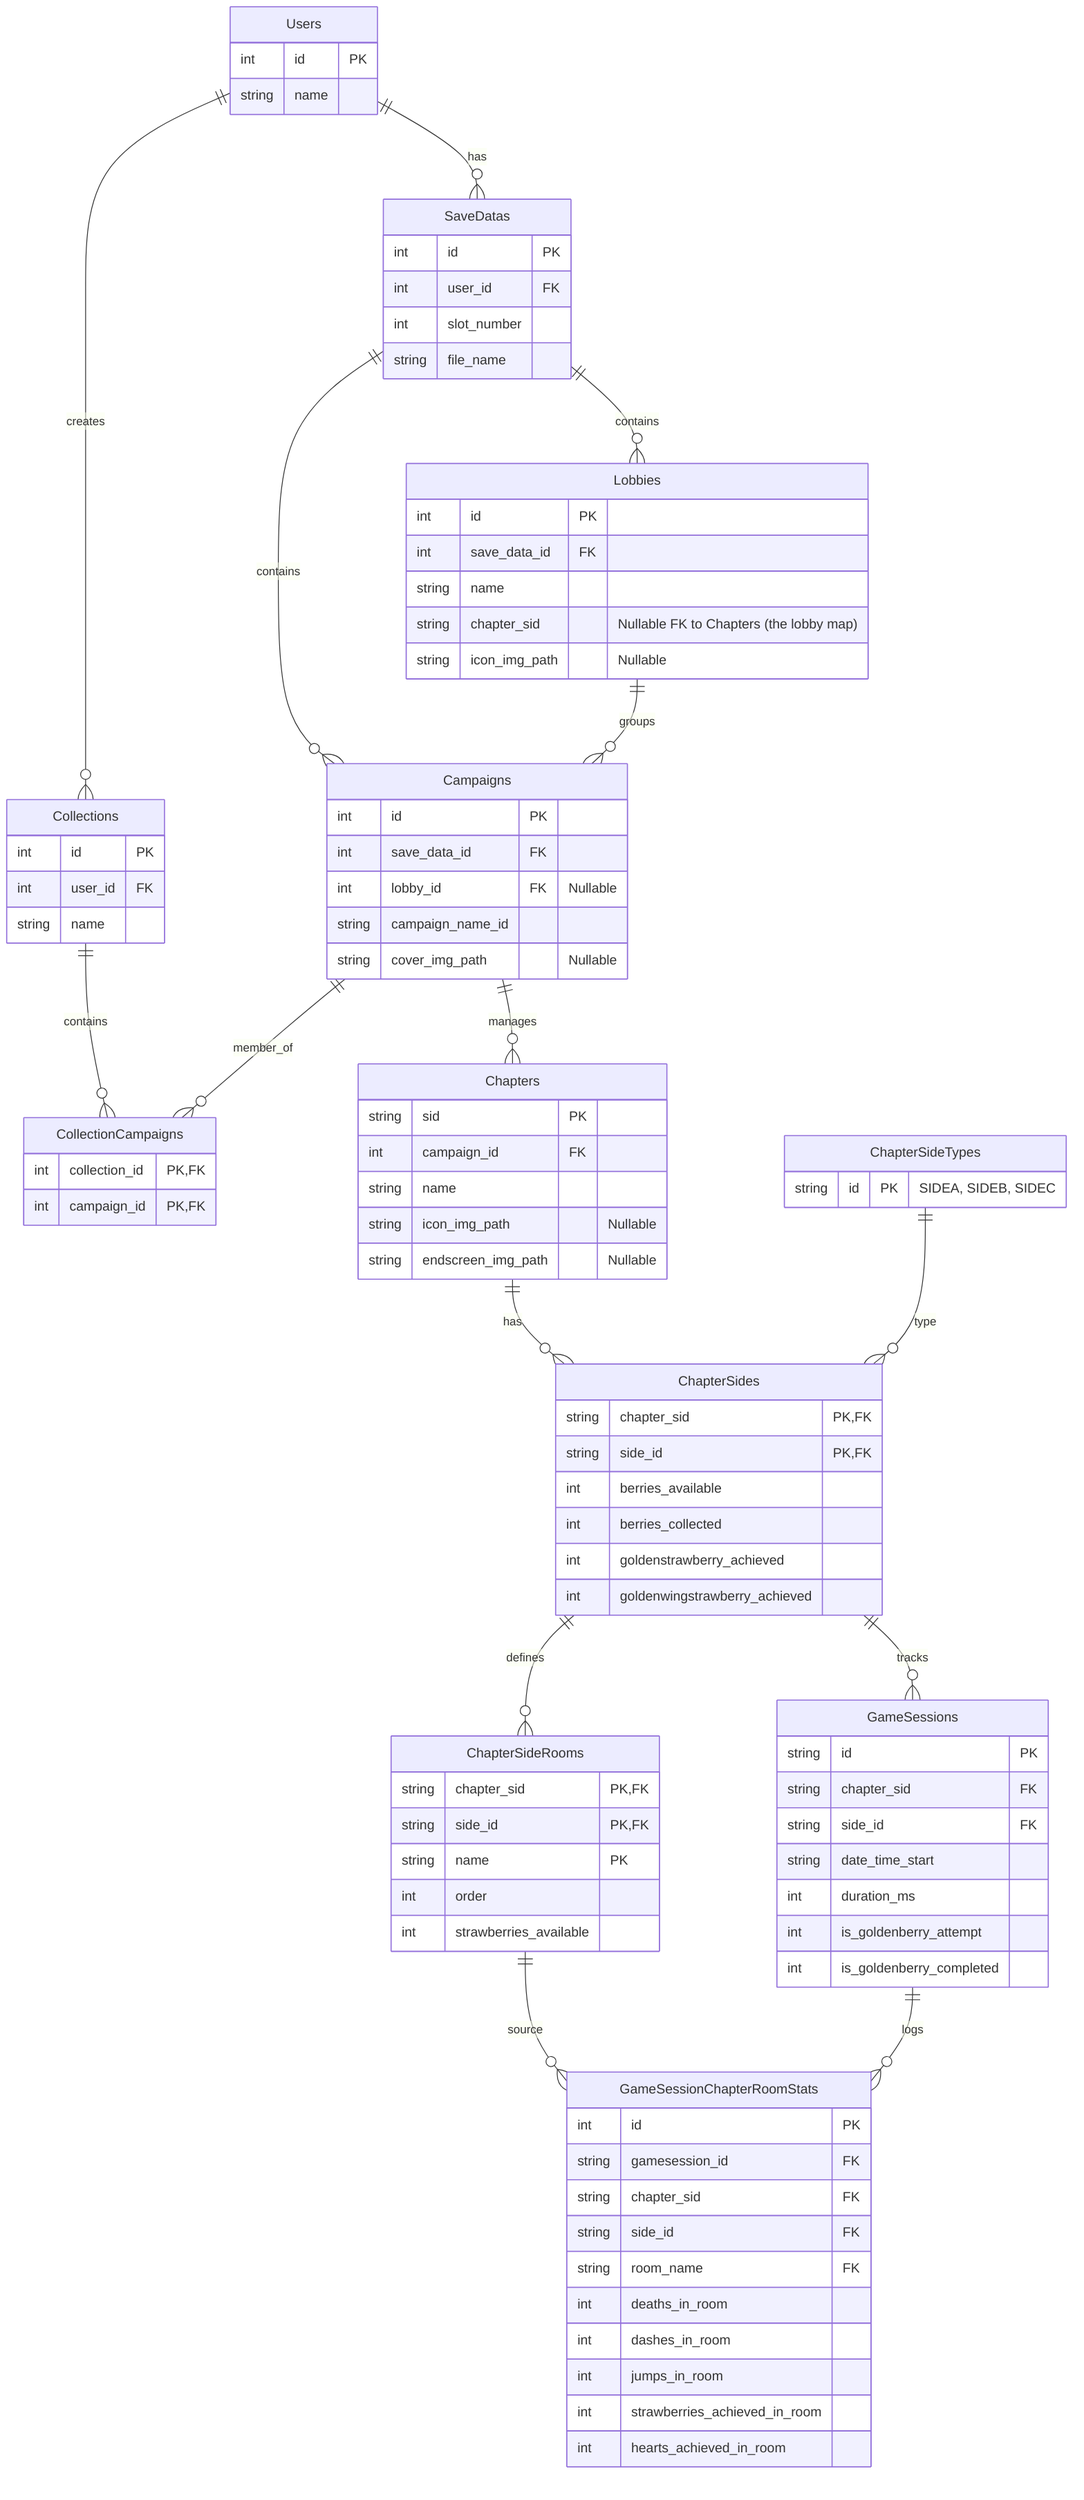
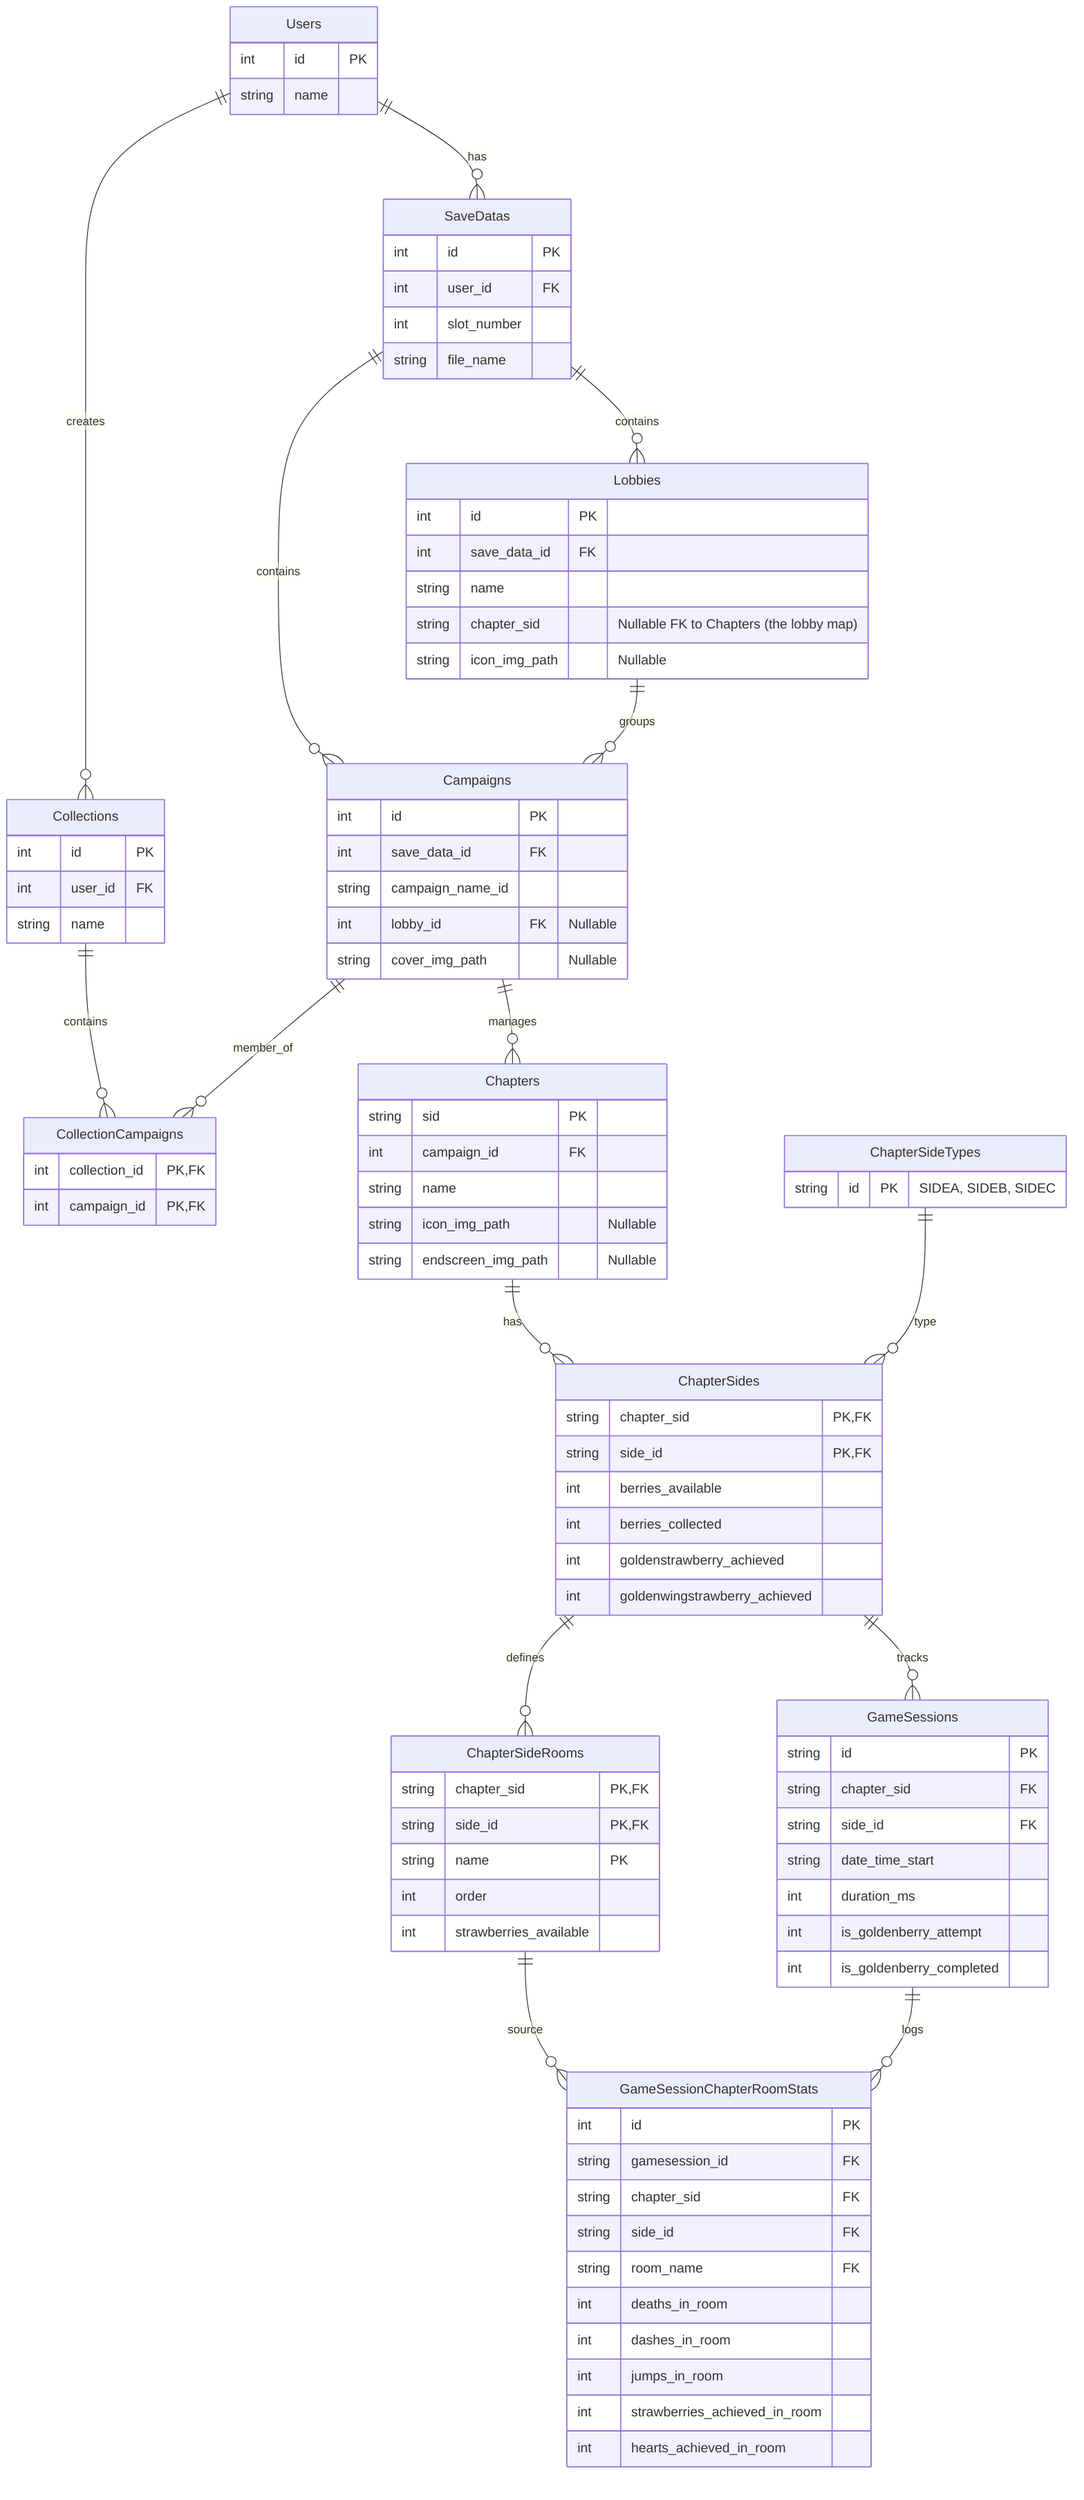
-      erDiagram
-           Users ||--o{ SaveDatas : "has"
-           Users ||--o{ Collections : "creates"
-           Users {
-               int id PK
-               string name
-           }
+ erDiagram
+     Users ||--o{ SaveDatas : "has"
+     Users ||--o{ Collections : "creates"
+     Users {
+         int id PK
+         string name
+     }

-           Collections ||--o{ CollectionCampaigns : "contains"
-           Collections {
-               int id PK
-               int user_id FK
-               string name
-           }
+     Collections ||--o{ CollectionCampaigns : "contains"
+     Collections {
+         int id PK
+         int user_id FK
+         string name
+     }

-           SaveDatas ||--o{ Lobbies : "contains"
-           SaveDatas ||--o{ Campaigns : "contains"
-           SaveDatas {
-               int id PK
-               int user_id FK
-               int slot_number
-               string file_name
-           }
+     SaveDatas ||--o{ Lobbies : "contains"
+     SaveDatas ||--o{ Campaigns : "contains"
+     SaveDatas {
+         int id PK
+         int user_id FK
+         int slot_number
+         string file_name
+     }

-           %% NEW: Collab Utils 2 Lobby grouping Campaigns
-           Lobbies ||--o{ Campaigns : "groups"
-           Lobbies {
-               int id PK
-               int save_data_id FK
-               string name
-               string chapter_sid "Nullable FK to Chapters (the lobby map)"
-               string icon_img_path "Nullable"
-           }
+     %% NEW: Collab Utils 2 Lobby grouping Campaigns
+     Lobbies ||--o{ Campaigns : "groups"
+     Lobbies {
+         int id PK
+         int save_data_id FK
+         string name
+         string chapter_sid "Nullable FK to Chapters (the lobby map)"
+         string icon_img_path "Nullable"
+     }

-           %% UPDATED: Added nullable lobby_id FK to Campaigns
-           Campaigns ||--o{ CollectionCampaigns : "member_of"
-           Campaigns ||--o{ Chapters : "manages"
-           Campaigns {
-               int id PK
-               int save_data_id FK
-               int lobby_id FK "Nullable"
-               string campaign_name_id
-               string cover_img_path "Nullable"
-           }
+     %% FIXED: Appended nullable columns to the bottom to preserve base ordinal positions
+     Campaigns ||--o{ CollectionCampaigns : "member_of"
+     Campaigns ||--o{ Chapters : "manages"
+     Campaigns {
+         int id PK
+         int save_data_id FK
+         string campaign_name_id
+         int lobby_id FK "Nullable"
+         string cover_img_path "Nullable"
+     }

-           CollectionCampaigns {
-               int collection_id PK, FK
-               int campaign_id PK, FK
-           }
+     CollectionCampaigns {
+         int collection_id PK, FK
+         int campaign_id PK, FK
+     }

-           Chapters ||--o{ ChapterSides : "has"
-           Chapters {
-               string sid PK
-               int campaign_id FK
-               string name
-               string icon_img_path "Nullable"
-               string endscreen_img_path "Nullable"
-           }
+     Chapters ||--o{ ChapterSides : "has"
+     Chapters {
+         string sid PK
+         int campaign_id FK
+         string name
+         string icon_img_path "Nullable"
+         string endscreen_img_path "Nullable"
+     }

+     ChapterSideTypes ||--o{ ChapterSides : "type"
+     ChapterSideTypes {
+         string id PK "SIDEA, SIDEB, SIDEC"
+     }

-           ChapterSideTypes ||--o{ ChapterSides : "type"
-           ChapterSideTypes {
-               string id PK "SIDEA, SIDEB, SIDEC"
-           }
+     ChapterSides ||--o{ ChapterSideRooms : "defines"
+     ChapterSides ||--o{ GameSessions : "tracks"
+     ChapterSides {
+         string chapter_sid PK, FK
+         string side_id PK, FK
+         int berries_available
+         int berries_collected
+         int goldenstrawberry_achieved
+         int goldenwingstrawberry_achieved
+     }

-           ChapterSides ||--o{ ChapterSideRooms : "defines"
-           ChapterSides ||--o{ GameSessions : "tracks"
-           ChapterSides {
-               string chapter_sid PK, FK
-               string side_id PK, FK
-               int berries_available
-               int berries_collected
-               int goldenstrawberry_achieved
-               int goldenwingstrawberry_achieved
-           }
+     ChapterSideRooms ||--o{ GameSessionChapterRoomStats : "source"
+     ChapterSideRooms {
+         string chapter_sid PK, FK
+         string side_id PK, FK
+         string name PK
+         int order
+         int strawberries_available
+     }

-           ChapterSideRooms ||--o{ GameSessionChapterRoomStats : "source"
-           ChapterSideRooms {
-               string chapter_sid PK, FK
-               string side_id PK, FK
-               string name PK
-               int order
-               int strawberries_available
-           }
+     GameSessions ||--o{ GameSessionChapterRoomStats : "logs"
+     GameSessions {
+         string id PK
+         string chapter_sid FK
+         string side_id FK
+         string date_time_start
+         int duration_ms
+         int is_goldenberry_attempt
+         int is_goldenberry_completed
+     }

-           GameSessions ||--o{ GameSessionChapterRoomStats : "logs"
-           GameSessions {
-               string id PK
-               string chapter_sid FK
-               string side_id FK
-               string date_time_start
-               int duration_ms
-               int is_goldenberry_attempt
-               int is_goldenberry_completed
-           }
- 
-           GameSessionChapterRoomStats {
-               int id PK
-               string gamesession_id FK
-               string chapter_sid FK
-               string side_id FK
-               string room_name FK
-               int deaths_in_room
-               int dashes_in_room
-               int jumps_in_room
-               int strawberries_achieved_in_room
-               int hearts_achieved_in_room
-           }
+     GameSessionChapterRoomStats {
+         int id PK
+         string gamesession_id FK
+         string chapter_sid FK
+         string side_id FK
+         string room_name FK
+         int deaths_in_room
+         int dashes_in_room
+         int jumps_in_room
+         int strawberries_achieved_in_room
+         int hearts_achieved_in_room
+     }